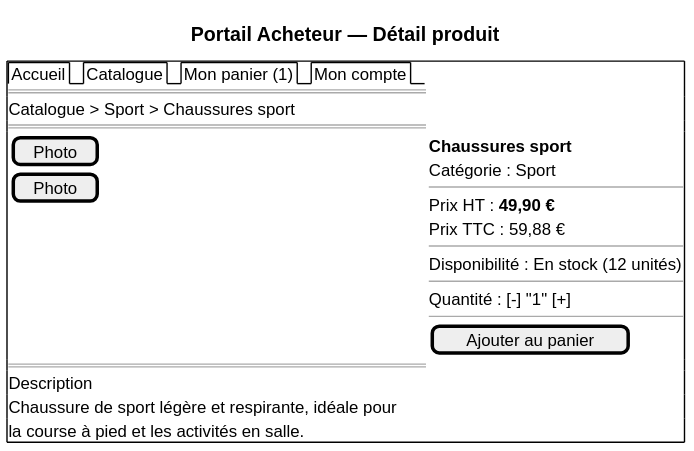
Before: architecture/04-physical-architecture/diagrams/ihm-pa-detail-produit.svg, a diagram exported from PlantUML (louistalvande/online_shop).
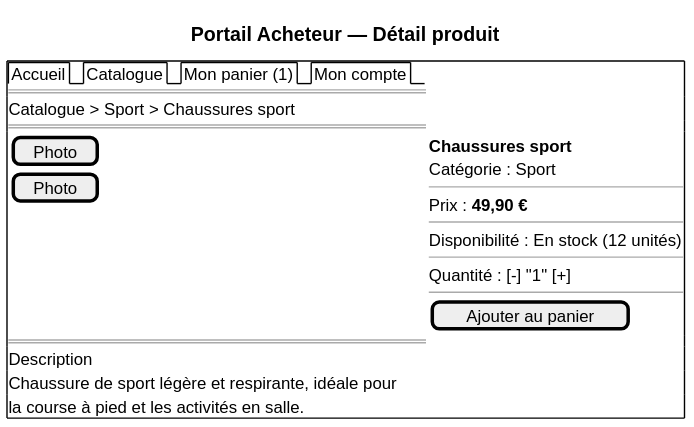
The same diagram one commit later.

Diff of the diagram source:
```diff
@@ -14,8 +14,7 @@
     **Chaussures sport**
     Catégorie : Sport
     --
-    Prix HT : **49,90 €**
-    Prix TTC : 59,88 €
+    Prix : **49,90 €**
     --
     Disponibilité : En stock (12 unités)
     --
```
